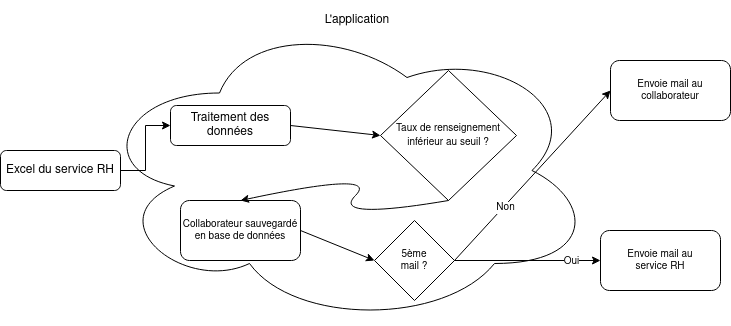
AlexisAoun/rapport-stage keeps this draw.io diagram as assets/img/mpp-diagram.png. Above is the earlier version. Source tidied: cells renumbered, new cells last; positions are measured from the earlier drawing's top-left corner, leaving out a move shared by most shapes.
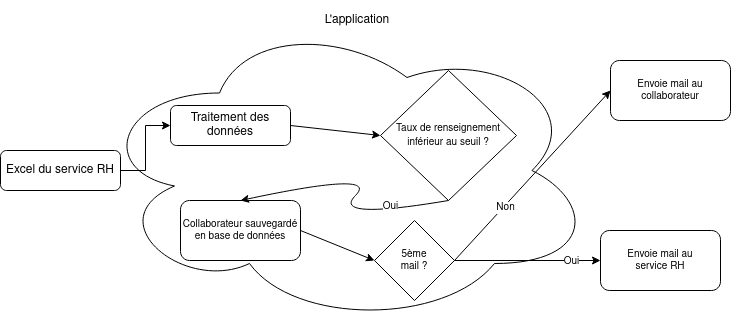
Later version of the same file.

What changed in the source:
```diff
@@ -34,6 +34,11 @@
         </Array>
       </mxGeometry>
     </mxCell>
+    <mxCell id="19" value="&lt;div&gt;Oui&lt;/div&gt;" style="edgeLabel;html=1;align=center;verticalAlign=middle;fontSize=10;" parent="10" vertex="1">
+      <mxGeometry x="-0.49" y="-9" relative="1" as="geometry">
+        <mxPoint x="27" as="offset" />
+      </mxGeometry>
+    </mxCell>
     <mxCell id="11" value="&lt;div&gt;5ème &lt;br&gt;&lt;/div&gt;&lt;div&gt;mail ? &lt;br&gt;&lt;/div&gt;" style="rhombus;whiteSpace=wrap;html=1;fontSize=10;" parent="1" vertex="1">
       <mxGeometry x="374" y="220" width="80" height="80" as="geometry" />
     </mxCell>
```
